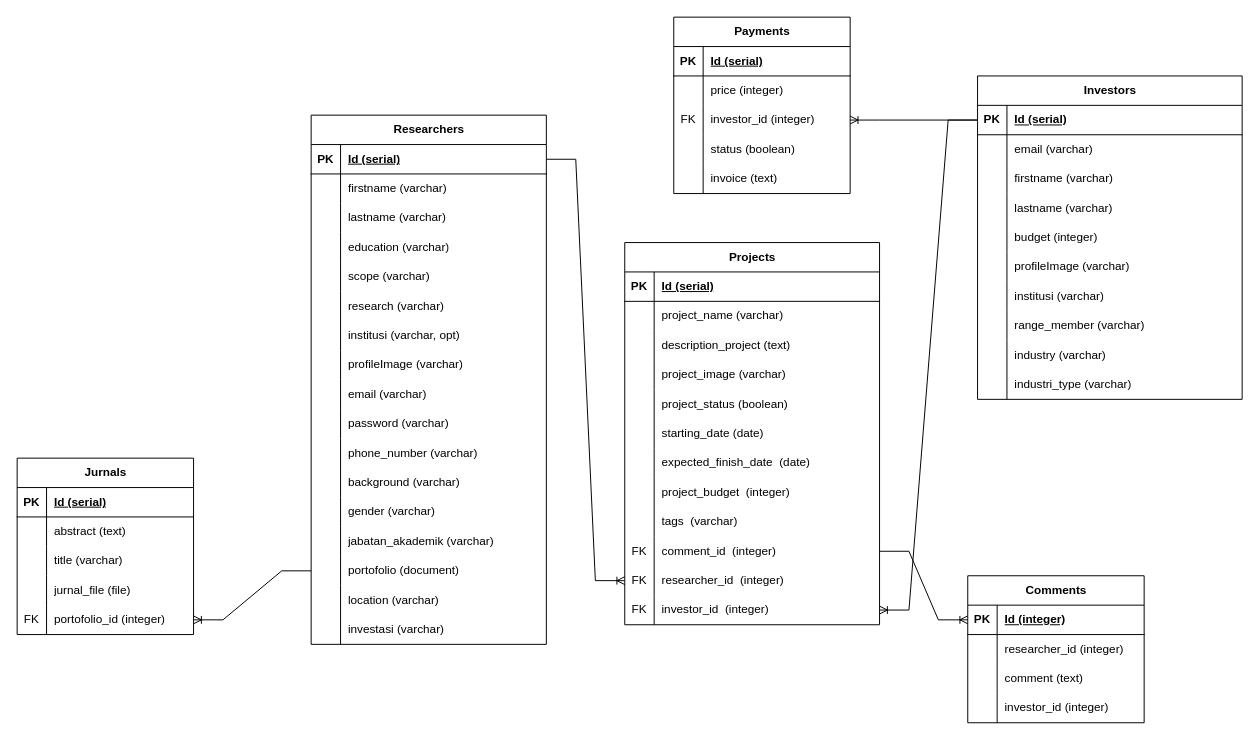
This is prevferr/flow.drawio from Prevferr/Pintar-Ai-Next-app, a draw.io file, before an edit. Source tidied: cells renumbered, new cells numbered last; positions are measured from the earlier drawing's top-left corner, leaving out a move shared by most shapes. Both pictures are drawn from the tidied source at 98%, with x=0, y=0 at pixel (17, 17).
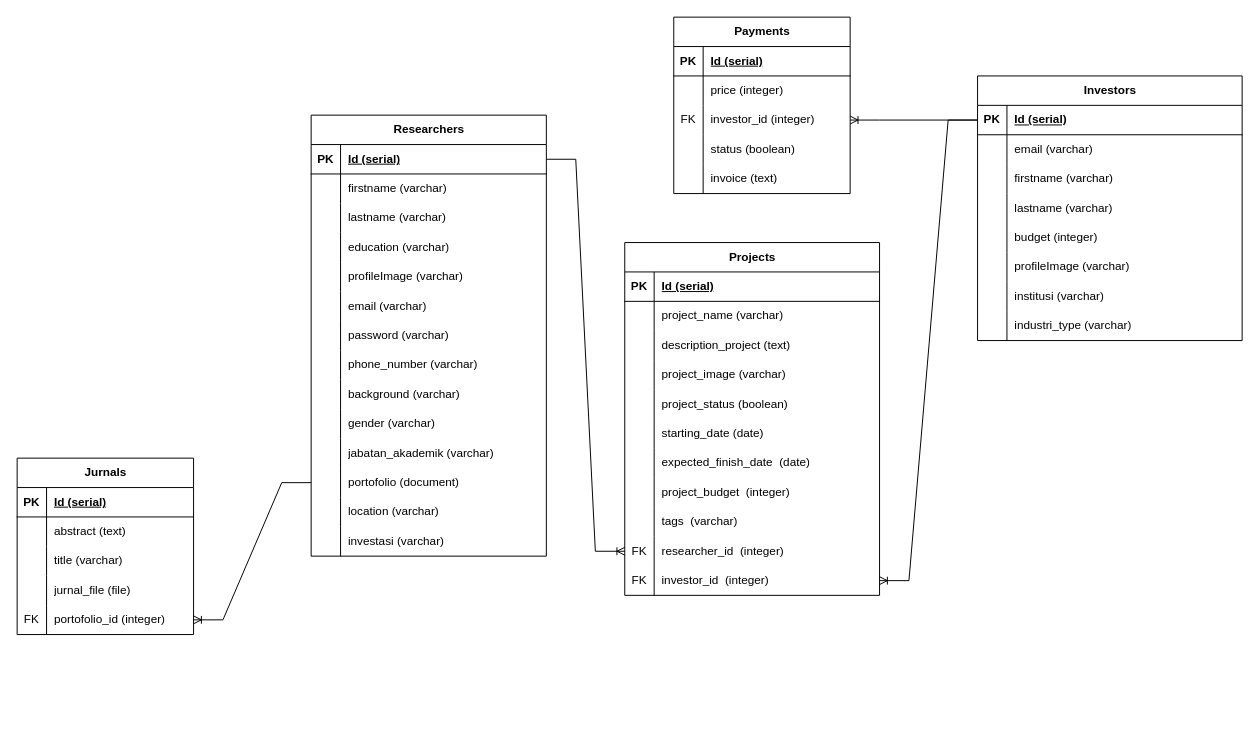
The same diagram, later.

The edit, as a diff of the source:
```diff
@@
     <mxCell id="2" value="Researchers" style="shape=table;startSize=30;childLayout=tableLayout;rowLines=0;fontStyle=1;align=center;html=1;" parent="1" vertex="1">
-      <mxGeometry x="300" y="100" width="240" height="540" as="geometry" />
+      <mxGeometry x="300" y="100" width="240" height="450" as="geometry" />
     </mxCell>
@@
-    <mxCell id="15" style="shape=tableRow;horizontal=0;startSize=0;swimlaneHead=0;swimlaneBody=0;fillColor=none;top=0;left=0;right=0;bottom=0;" parent="2" vertex="1">
-      <mxGeometry y="150" width="240" height="30" as="geometry" />
-    </mxCell>
-    <mxCell id="16" style="shape=partialRectangle;fillColor=none;top=0;left=0;bottom=0;right=0;overflow=hidden;whiteSpace=wrap;html=1;" parent="15" vertex="1">
-      <mxGeometry width="30" height="30" as="geometry" />
-    </mxCell>
-    <mxCell id="17" value="scope (varchar)" style="shape=partialRectangle;fillColor=none;top=0;left=0;bottom=0;right=0;align=left;spacingLeft=6;overflow=hidden;whiteSpace=wrap;html=1;" parent="15" vertex="1">
-      <mxGeometry x="30" width="210" height="30" as="geometry" />
-    </mxCell>
-    <mxCell id="18" style="shape=tableRow;horizontal=0;startSize=0;swimlaneHead=0;swimlaneBody=0;fillColor=none;top=0;left=0;right=0;bottom=0;" parent="2" vertex="1">
-      <mxGeometry y="180" width="240" height="30" as="geometry" />
-    </mxCell>
-    <mxCell id="19" style="shape=partialRectangle;fillColor=none;top=0;left=0;bottom=0;right=0;overflow=hidden;whiteSpace=wrap;html=1;" parent="18" vertex="1">
-      <mxGeometry width="30" height="30" as="geometry" />
-    </mxCell>
-    <mxCell id="20" value="research (varchar)" style="shape=partialRectangle;fillColor=none;top=0;left=0;bottom=0;right=0;align=left;spacingLeft=6;overflow=hidden;whiteSpace=wrap;html=1;" parent="18" vertex="1">
-      <mxGeometry x="30" width="210" height="30" as="geometry" />
-    </mxCell>
-    <mxCell id="21" style="shape=tableRow;horizontal=0;startSize=0;swimlaneHead=0;swimlaneBody=0;fillColor=none;top=0;left=0;right=0;bottom=0;" parent="2" vertex="1">
-      <mxGeometry y="210" width="240" height="30" as="geometry" />
-    </mxCell>
-    <mxCell id="22" style="shape=partialRectangle;fillColor=none;top=0;left=0;bottom=0;right=0;overflow=hidden;whiteSpace=wrap;html=1;" parent="21" vertex="1">
-      <mxGeometry width="30" height="30" as="geometry" />
-    </mxCell>
-    <mxCell id="23" value="institusi (varchar, opt)" style="shape=partialRectangle;fillColor=none;top=0;left=0;bottom=0;right=0;align=left;spacingLeft=6;overflow=hidden;whiteSpace=wrap;html=1;" parent="21" vertex="1">
-      <mxGeometry x="30" width="210" height="30" as="geometry" />
-    </mxCell>
     <mxCell id="24" style="shape=tableRow;horizontal=0;startSize=0;swimlaneHead=0;swimlaneBody=0;fillColor=none;top=0;left=0;right=0;bottom=0;" parent="2" vertex="1">
-      <mxGeometry y="240" width="240" height="30" as="geometry" />
+      <mxGeometry y="150" width="240" height="30" as="geometry" />
     </mxCell>
@@
     <mxCell id="27" style="shape=tableRow;horizontal=0;startSize=0;swimlaneHead=0;swimlaneBody=0;fillColor=none;top=0;left=0;right=0;bottom=0;" parent="2" vertex="1">
-      <mxGeometry y="270" width="240" height="30" as="geometry" />
+      <mxGeometry y="180" width="240" height="30" as="geometry" />
     </mxCell>
@@
     <mxCell id="30" style="shape=tableRow;horizontal=0;startSize=0;swimlaneHead=0;swimlaneBody=0;fillColor=none;top=0;left=0;right=0;bottom=0;" parent="2" vertex="1">
-      <mxGeometry y="300" width="240" height="30" as="geometry" />
+      <mxGeometry y="210" width="240" height="30" as="geometry" />
     </mxCell>
@@
     <mxCell id="33" style="shape=tableRow;horizontal=0;startSize=0;swimlaneHead=0;swimlaneBody=0;fillColor=none;top=0;left=0;right=0;bottom=0;" parent="2" vertex="1">
-      <mxGeometry y="330" width="240" height="30" as="geometry" />
+      <mxGeometry y="240" width="240" height="30" as="geometry" />
     </mxCell>
@@
     <mxCell id="36" style="shape=tableRow;horizontal=0;startSize=0;swimlaneHead=0;swimlaneBody=0;fillColor=none;top=0;left=0;right=0;bottom=0;" parent="2" vertex="1">
-      <mxGeometry y="360" width="240" height="30" as="geometry" />
+      <mxGeometry y="270" width="240" height="30" as="geometry" />
     </mxCell>
@@
     <mxCell id="39" style="shape=tableRow;horizontal=0;startSize=0;swimlaneHead=0;swimlaneBody=0;fillColor=none;top=0;left=0;right=0;bottom=0;" parent="2" vertex="1">
-      <mxGeometry y="390" width="240" height="30" as="geometry" />
+      <mxGeometry y="300" width="240" height="30" as="geometry" />
     </mxCell>
@@
     <mxCell id="42" style="shape=tableRow;horizontal=0;startSize=0;swimlaneHead=0;swimlaneBody=0;fillColor=none;top=0;left=0;right=0;bottom=0;" parent="2" vertex="1">
-      <mxGeometry y="420" width="240" height="30" as="geometry" />
+      <mxGeometry y="330" width="240" height="30" as="geometry" />
     </mxCell>
@@
     <mxCell id="45" style="shape=tableRow;horizontal=0;startSize=0;swimlaneHead=0;swimlaneBody=0;fillColor=none;points=[[0,0.5],[1,0.5]];portConstraint=eastwest;top=0;left=0;right=0;bottom=0;" parent="2" vertex="1">
-      <mxGeometry y="450" width="240" height="30" as="geometry" />
+      <mxGeometry y="360" width="240" height="30" as="geometry" />
     </mxCell>
@@
     <mxCell id="48" style="shape=tableRow;horizontal=0;startSize=0;swimlaneHead=0;swimlaneBody=0;fillColor=none;top=0;left=0;right=0;bottom=0;" parent="2" vertex="1">
-      <mxGeometry y="480" width="240" height="30" as="geometry" />
+      <mxGeometry y="390" width="240" height="30" as="geometry" />
     </mxCell>
@@
     <mxCell id="51" style="shape=tableRow;horizontal=0;startSize=0;swimlaneHead=0;swimlaneBody=0;fillColor=none;top=0;left=0;right=0;bottom=0;" parent="2" vertex="1">
-      <mxGeometry y="510" width="240" height="30" as="geometry" />
+      <mxGeometry y="420" width="240" height="30" as="geometry" />
     </mxCell>
@@
     <mxCell id="54" value="Projects" style="shape=table;startSize=30;childLayout=tableLayout;rowLines=0;fontStyle=1;align=center;html=1;" parent="1" vertex="1">
-      <mxGeometry x="620" y="230" width="260" height="390" as="geometry" />
+      <mxGeometry x="620" y="230" width="260" height="360" as="geometry" />
     </mxCell>
@@
-    <mxCell id="82" style="shape=tableRow;horizontal=0;startSize=0;swimlaneHead=0;swimlaneBody=0;fillColor=none;points=[[0,0.5],[1,0.5]];portConstraint=eastwest;top=0;left=0;right=0;bottom=0;" parent="54" vertex="1">
-      <mxGeometry y="300" width="260" height="30" as="geometry" />
-    </mxCell>
-    <mxCell id="83" value="FK" style="shape=partialRectangle;fillColor=none;top=0;left=0;bottom=0;right=0;overflow=hidden;whiteSpace=wrap;html=1;" parent="82" vertex="1">
-      <mxGeometry width="30" height="30" as="geometry" />
-    </mxCell>
-    <mxCell id="84" value="comment_id&amp;nbsp; (integer)" style="shape=partialRectangle;fillColor=none;top=0;left=0;bottom=0;right=0;align=left;spacingLeft=6;overflow=hidden;whiteSpace=wrap;html=1;" parent="82" vertex="1">
-      <mxGeometry x="30" width="230" height="30" as="geometry" />
-    </mxCell>
     <mxCell id="85" style="shape=tableRow;horizontal=0;startSize=0;swimlaneHead=0;swimlaneBody=0;fillColor=none;points=[[0,0.5],[1,0.5]];portConstraint=eastwest;top=0;left=0;right=0;bottom=0;" parent="54" vertex="1">
-      <mxGeometry y="330" width="260" height="30" as="geometry" />
+      <mxGeometry y="300" width="260" height="30" as="geometry" />
     </mxCell>
@@
     <mxCell id="88" style="shape=tableRow;horizontal=0;startSize=0;swimlaneHead=0;swimlaneBody=0;fillColor=none;points=[[0,0.5],[1,0.5]];portConstraint=eastwest;top=0;left=0;right=0;bottom=0;" parent="54" vertex="1">
-      <mxGeometry y="360" width="260" height="30" as="geometry" />
+      <mxGeometry y="330" width="260" height="30" as="geometry" />
     </mxCell>
@@
-    <mxCell id="91" value="Comments" style="shape=table;startSize=30;childLayout=tableLayout;rowLines=0;fontStyle=1;align=center;html=1;" parent="1" vertex="1">
-      <mxGeometry x="970" y="570" width="180" height="150" as="geometry" />
-    </mxCell>
-    <mxCell id="92" style="shape=tableRow;horizontal=0;startSize=0;swimlaneHead=0;swimlaneBody=0;fillColor=none;points=[[0,0.5],[1,0.5]];portConstraint=eastwest;top=0;left=0;right=0;bottom=1;" parent="91" vertex="1">
-      <mxGeometry y="30" width="180" height="30" as="geometry" />
-    </mxCell>
-    <mxCell id="93" value="PK" style="shape=partialRectangle;fillColor=none;top=0;left=0;bottom=0;right=0;fontStyle=1;overflow=hidden;whiteSpace=wrap;html=1;" parent="92" vertex="1">
-      <mxGeometry width="30" height="30" as="geometry" />
-    </mxCell>
-    <mxCell id="94" value="Id (integer)" style="shape=partialRectangle;fillColor=none;top=0;left=0;bottom=0;right=0;align=left;spacingLeft=6;fontStyle=5;overflow=hidden;whiteSpace=wrap;html=1;" parent="92" vertex="1">
-      <mxGeometry x="30" width="150" height="30" as="geometry" />
-    </mxCell>
-    <mxCell id="95" style="shape=tableRow;horizontal=0;startSize=0;swimlaneHead=0;swimlaneBody=0;fillColor=none;top=0;left=0;right=0;bottom=0;" parent="91" vertex="1">
-      <mxGeometry y="60" width="180" height="30" as="geometry" />
-    </mxCell>
-    <mxCell id="96" style="shape=partialRectangle;fillColor=none;top=0;left=0;bottom=0;right=0;overflow=hidden;whiteSpace=wrap;html=1;" parent="95" vertex="1">
-      <mxGeometry width="30" height="30" as="geometry" />
-    </mxCell>
-    <mxCell id="97" value="researcher_id (integer)" style="shape=partialRectangle;fillColor=none;top=0;left=0;bottom=0;right=0;align=left;spacingLeft=6;overflow=hidden;whiteSpace=wrap;html=1;" parent="95" vertex="1">
-      <mxGeometry x="30" width="150" height="30" as="geometry" />
-    </mxCell>
-    <mxCell id="98" style="shape=tableRow;horizontal=0;startSize=0;swimlaneHead=0;swimlaneBody=0;fillColor=none;top=0;left=0;right=0;bottom=0;" parent="91" vertex="1">
-      <mxGeometry y="90" width="180" height="30" as="geometry" />
-    </mxCell>
-    <mxCell id="99" style="shape=partialRectangle;fillColor=none;top=0;left=0;bottom=0;right=0;overflow=hidden;whiteSpace=wrap;html=1;" parent="98" vertex="1">
-      <mxGeometry width="30" height="30" as="geometry" />
-    </mxCell>
-    <mxCell id="100" value="comment (text)" style="shape=partialRectangle;fillColor=none;top=0;left=0;bottom=0;right=0;align=left;spacingLeft=6;overflow=hidden;whiteSpace=wrap;html=1;" parent="98" vertex="1">
-      <mxGeometry x="30" width="150" height="30" as="geometry" />
-    </mxCell>
-    <mxCell id="101" style="shape=tableRow;horizontal=0;startSize=0;swimlaneHead=0;swimlaneBody=0;fillColor=none;top=0;left=0;right=0;bottom=0;" parent="91" vertex="1">
-      <mxGeometry y="120" width="180" height="30" as="geometry" />
-    </mxCell>
-    <mxCell id="102" style="shape=partialRectangle;fillColor=none;top=0;left=0;bottom=0;right=0;overflow=hidden;whiteSpace=wrap;html=1;" parent="101" vertex="1">
-      <mxGeometry width="30" height="30" as="geometry" />
-    </mxCell>
-    <mxCell id="103" value="investor_id (integer)" style="shape=partialRectangle;fillColor=none;top=0;left=0;bottom=0;right=0;align=left;spacingLeft=6;overflow=hidden;whiteSpace=wrap;html=1;" parent="101" vertex="1">
-      <mxGeometry x="30" width="150" height="30" as="geometry" />
-    </mxCell>
@@
     <mxCell id="120" value="Investors" style="shape=table;startSize=30;childLayout=tableLayout;rowLines=0;fontStyle=1;align=center;html=1;" parent="1" vertex="1">
-      <mxGeometry x="980" y="60" width="270" height="330" as="geometry" />
+      <mxGeometry x="980" y="60" width="270" height="270" as="geometry" />
     </mxCell>
@@
-    <mxCell id="142" style="shape=tableRow;horizontal=0;startSize=0;swimlaneHead=0;swimlaneBody=0;fillColor=none;top=0;left=0;right=0;bottom=0;" parent="120" vertex="1">
-      <mxGeometry y="240" width="270" height="30" as="geometry" />
-    </mxCell>
-    <mxCell id="143" style="shape=partialRectangle;fillColor=none;top=0;left=0;bottom=0;right=0;overflow=hidden;whiteSpace=wrap;html=1;" parent="142" vertex="1">
-      <mxGeometry width="30" height="30" as="geometry" />
-    </mxCell>
-    <mxCell id="144" value="range_member (varchar)" style="shape=partialRectangle;fillColor=none;top=0;left=0;bottom=0;right=0;align=left;spacingLeft=6;overflow=hidden;whiteSpace=wrap;html=1;" parent="142" vertex="1">
-      <mxGeometry x="30" width="240" height="30" as="geometry" />
-    </mxCell>
-    <mxCell id="145" style="shape=tableRow;horizontal=0;startSize=0;swimlaneHead=0;swimlaneBody=0;fillColor=none;top=0;left=0;right=0;bottom=0;" parent="120" vertex="1">
-      <mxGeometry y="270" width="270" height="30" as="geometry" />
-    </mxCell>
-    <mxCell id="146" style="shape=partialRectangle;fillColor=none;top=0;left=0;bottom=0;right=0;overflow=hidden;whiteSpace=wrap;html=1;" parent="145" vertex="1">
-      <mxGeometry width="30" height="30" as="geometry" />
-    </mxCell>
-    <mxCell id="147" value="industry (varchar)" style="shape=partialRectangle;fillColor=none;top=0;left=0;bottom=0;right=0;align=left;spacingLeft=6;overflow=hidden;whiteSpace=wrap;html=1;" parent="145" vertex="1">
-      <mxGeometry x="30" width="240" height="30" as="geometry" />
-    </mxCell>
     <mxCell id="148" style="shape=tableRow;horizontal=0;startSize=0;swimlaneHead=0;swimlaneBody=0;fillColor=none;top=0;left=0;right=0;bottom=0;" parent="120" vertex="1">
-      <mxGeometry y="300" width="270" height="30" as="geometry" />
+      <mxGeometry y="240" width="270" height="30" as="geometry" />
     </mxCell>
@@
-    <mxCell id="170" style="edgeStyle=entityRelationEdgeStyle;fontSize=12;html=1;endArrow=ERoneToMany;rounded=0;entryX=0;entryY=0.5;entryDx=0;entryDy=0;exitX=1;exitY=0.5;exitDx=0;exitDy=0;" parent="1" edge="1" source="82" target="92">
-      <mxGeometry relative="1" as="geometry" />
-    </mxCell>
```
